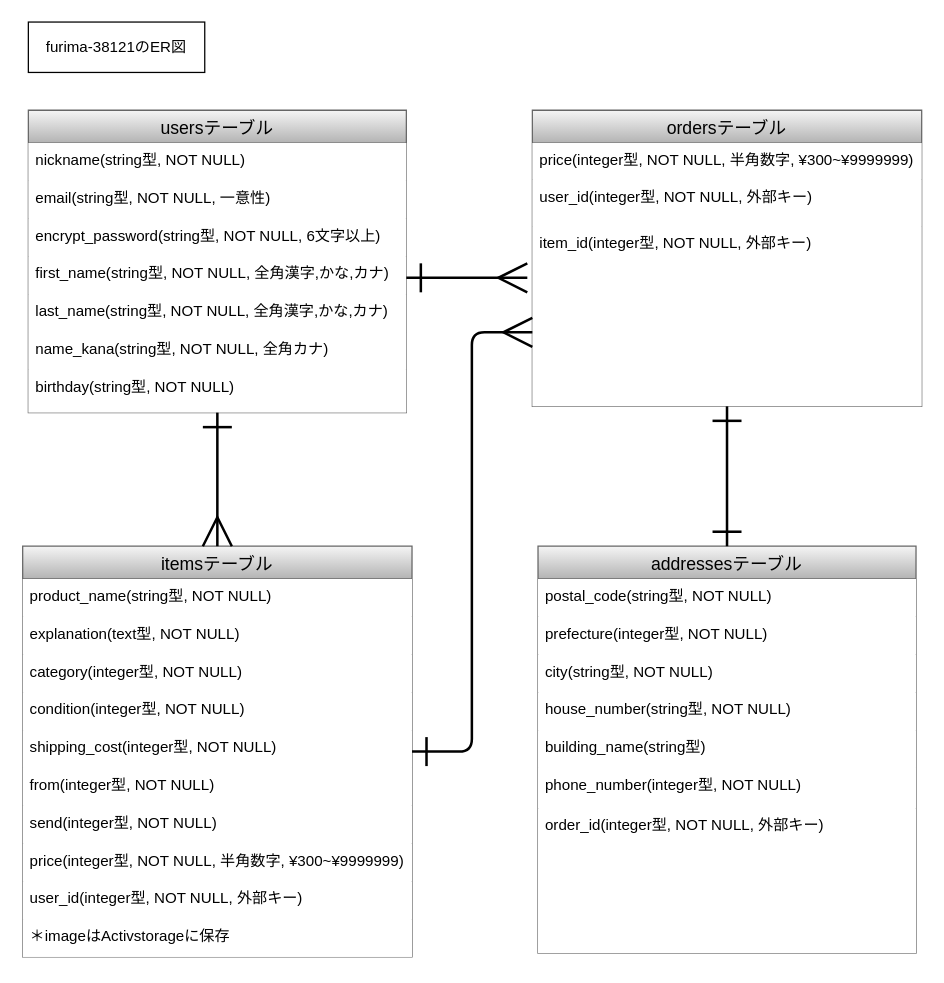
Earlier version of the draw.io diagram ER図.dio (yuinin/furima-38121). Source tidied: cells renumbered, new cells numbered last; positions are measured from the earlier drawing's top-left corner, leaving out a move shared by most shapes. Both pictures are drawn from the tidied source at 126%, with x=0, y=0 at pixel (23, 21).
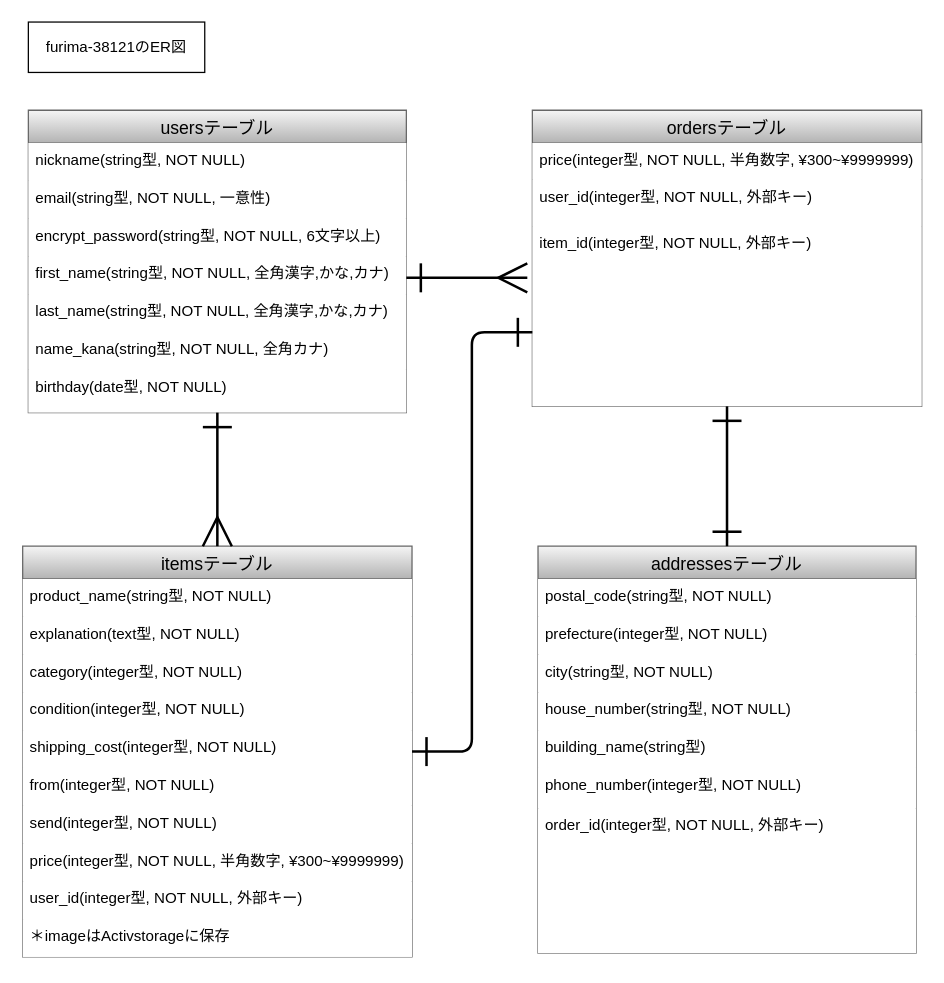
Above is the later version.

Commit message (it also covers changes not shown here):
テーブル設計の修正

Unchanged cells that the change refers to:
```xml
<mxCell id="2" value="usersテーブル" style="swimlane;fontStyle=0;horizontal=1;startSize=26;align=center;fontSize=14;rounded=0;sketch=0;shadow=0;glass=0;fillColor=#f5f5f5;gradientColor=#b3b3b3;strokeColor=#666666;fontColor=#000000;" parent="1" vertex="1">
  <mxGeometry x="4" y="70" width="300" height="240" as="geometry" />
</mxCell>
<mxCell id="10" value="itemsテーブル" style="swimlane;fontStyle=0;horizontal=1;startSize=26;align=center;fontSize=14;rounded=0;sketch=0;shadow=0;glass=0;fillColor=#f5f5f5;gradientColor=#b3b3b3;strokeColor=#666666;fontColor=#000000;" parent="1" vertex="1">
  <mxGeometry x="-0.5" y="416" width="309" height="326" as="geometry" />
</mxCell>
<mxCell id="22" value="ordersテーブル" style="swimlane;fontStyle=0;horizontal=1;startSize=26;align=center;fontSize=14;rounded=0;sketch=0;shadow=0;glass=0;fillColor=#f5f5f5;gradientColor=#b3b3b3;strokeColor=#666666;fontColor=#000000;" parent="1" vertex="1">
  <mxGeometry x="404" y="70" width="309" height="235" as="geometry" />
</mxCell>
```

Change to the diagram source:
```diff
@@
-    <mxCell id="9" value="birthday(string型, NOT NULL)" style="text;strokeColor=none;fillColor=#FFFFFF;spacingLeft=4;spacingRight=4;overflow=hidden;fontSize=12;fontColor=#000000;" parent="2" vertex="1">
+    <mxCell id="9" value="birthday(date型, NOT NULL)" style="text;strokeColor=none;fillColor=#FFFFFF;spacingLeft=4;spacingRight=4;overflow=hidden;fontSize=12;fontColor=#000000;" parent="2" vertex="1">
       <mxGeometry y="206" width="300" height="34" as="geometry" />
     </mxCell>
@@
-    <mxCell id="37" style="html=1;entryX=0;entryY=0.75;entryDx=0;entryDy=0;fontColor=#000000;startArrow=ERone;startFill=0;endArrow=ERmany;endFill=0;strokeWidth=2;endSize=20;startSize=20;strokeColor=#000000;exitX=1;exitY=0.5;exitDx=0;exitDy=0;edgeStyle=elbowEdgeStyle;" parent="1" edge="1" source="10" target="22">
+    <mxCell id="37" style="html=1;entryX=0;entryY=0.75;entryDx=0;entryDy=0;fontColor=#000000;startArrow=ERone;startFill=0;endArrow=ERone;endFill=0;strokeWidth=2;endSize=20;startSize=20;strokeColor=#000000;exitX=1;exitY=0.5;exitDx=0;exitDy=0;edgeStyle=elbowEdgeStyle;" parent="1" edge="1" source="10" target="22">
       <mxGeometry relative="1" as="geometry" />
     </mxCell>
```
